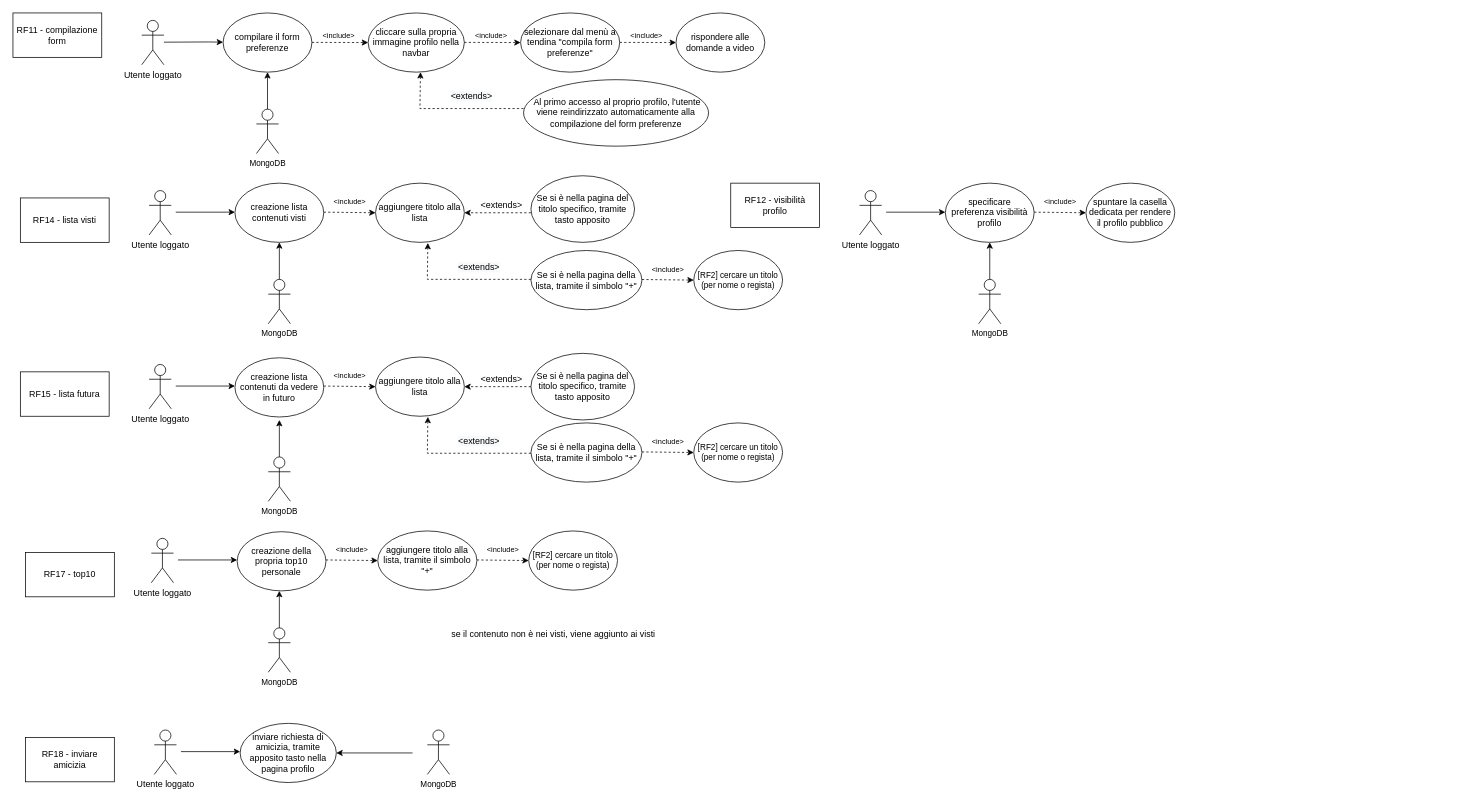
Organizzazione-IngSoftware/BancoLavoroD2 keeps this draw.io diagram as UserCaseA.drawio. Above is the earlier version. Source tidied: cells renumbered, new cells numbered last; positions are measured from the earlier drawing's top-left corner, leaving out a move shared by most shapes. Both pictures are drawn from the tidied source at 74%, with x=0, y=0 at pixel (13, 13).
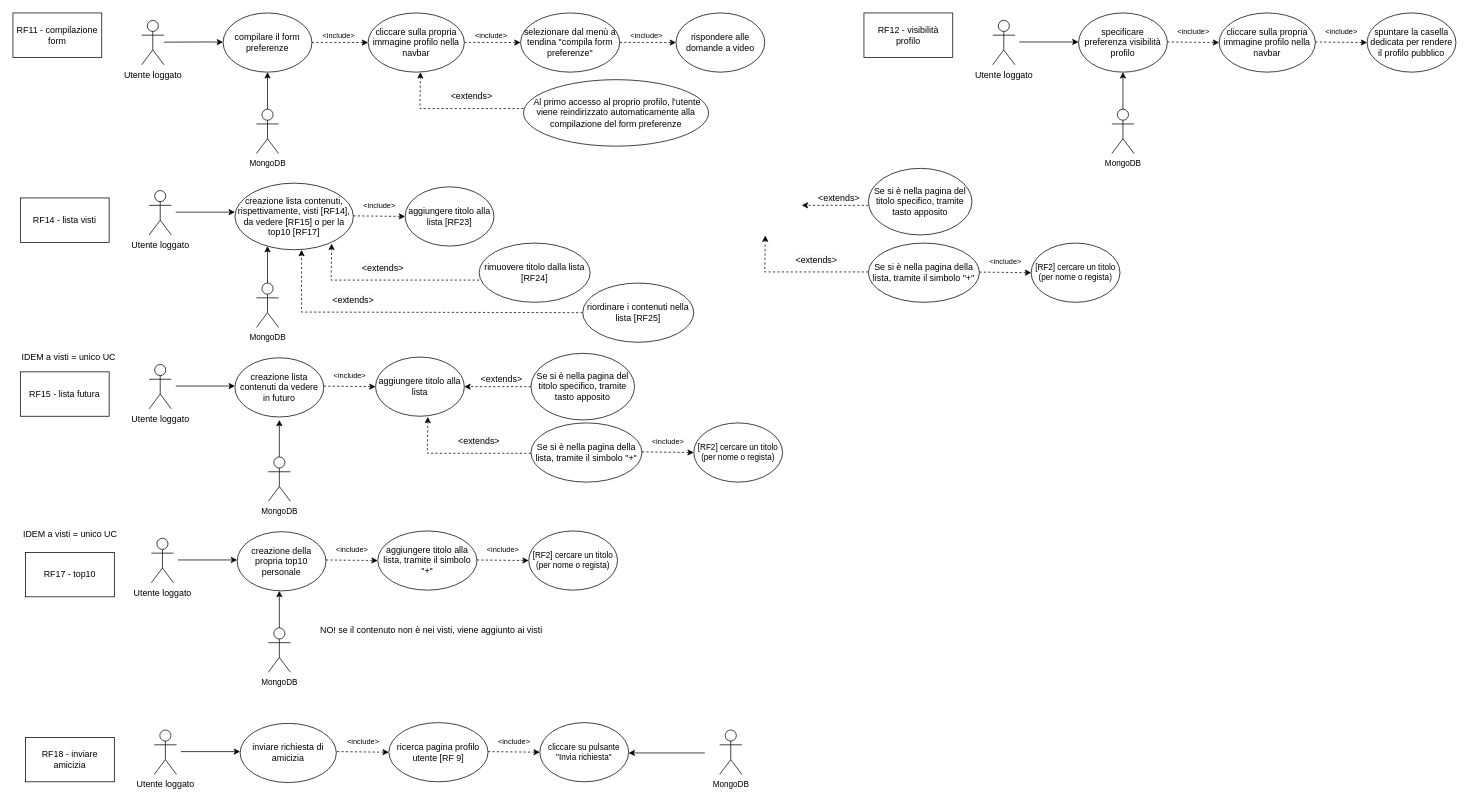
Above is the later version.

The edit, as a diff of the source:
```diff
@@
     <mxCell id="3" value="Utente loggato" style="shape=umlActor;verticalLabelPosition=bottom;verticalAlign=top;html=1;" parent="1" vertex="1">
-      <mxGeometry x="1144" y="240" width="30" height="60" as="geometry" />
+      <mxGeometry x="1324" y="10" width="30" height="60" as="geometry" />
     </mxCell>
@@
     <mxCell id="5" value="specificare preferenza visibilità profilo" style="ellipse;whiteSpace=wrap;html=1;" parent="1" vertex="1">
-      <mxGeometry x="1260" y="230" width="120" height="80" as="geometry" />
+      <mxGeometry x="1440" width="120" height="80" as="geometry" />
     </mxCell>
@@
     <mxCell id="7" value="RF12 - visibilità profilo" style="rounded=0;whiteSpace=wrap;html=1;" parent="1" vertex="1">
-      <mxGeometry x="970" y="230" width="120" height="60" as="geometry" />
+      <mxGeometry x="1150" width="120" height="60" as="geometry" />
     </mxCell>
     <mxCell id="8" style="endArrow=classic;html=1;rounded=0;" parent="1" edge="1">
       <mxGeometry relative="1" as="geometry">
-        <mxPoint x="1180" y="269.2" as="sourcePoint" />
-        <mxPoint x="1260" y="269.2" as="targetPoint" />
+        <mxPoint x="1360" y="39.2" as="sourcePoint" />
+        <mxPoint x="1440" y="39.2" as="targetPoint" />
       </mxGeometry>
     </mxCell>
@@
-    <mxCell id="12" value="&lt;font style=&quot;font-size: 12px;&quot;&gt;spuntare la casella dedicata per rendere il profilo pubblico&lt;/font&gt;" style="ellipse;whiteSpace=wrap;html=1;fontSize=10;" parent="1" vertex="1">
-      <mxGeometry x="1450" y="230" width="120" height="80" as="geometry" />
+    <mxCell id="12" value="&lt;span style=&quot;font-size: 12px;&quot;&gt;cliccare sulla propria immagine profilo nella navbar&lt;/span&gt;" style="ellipse;whiteSpace=wrap;html=1;fontSize=10;" parent="1" vertex="1">
+      <mxGeometry x="1630" width="130" height="80" as="geometry" />
     </mxCell>
     <mxCell id="13" value="&lt;font style=&quot;font-size: 10px;&quot;&gt;&amp;lt;include&amp;gt;&lt;/font&gt;" style="text;html=1;align=center;verticalAlign=middle;points=[];strokeColor=none;fillColor=none;" parent="1" vertex="1">
-      <mxGeometry x="1380" y="240" width="70" height="30" as="geometry" />
+      <mxGeometry x="1560" y="10" width="70" height="30" as="geometry" />
     </mxCell>
     <mxCell id="14" style="endArrow=classic;html=1;rounded=0;dashed=1;fontSize=10;entryX=1;entryY=1;entryDx=0;entryDy=0;entryPerimeter=0;" parent="1" edge="1" target="13">
       <mxGeometry relative="1" as="geometry">
-        <mxPoint x="1380" y="269.2" as="sourcePoint" />
+        <mxPoint x="1560" y="39.2" as="sourcePoint" />
       </mxGeometry>
     </mxCell>
@@
-    <mxCell id="18" value="creazione lista contenuti visti" style="ellipse;whiteSpace=wrap;html=1;" parent="1" vertex="1">
-      <mxGeometry x="300" y="230" width="120" height="80" as="geometry" />
+    <mxCell id="18" value="creazione lista contenuti, rispettivamente, visti [RF14], da vedere [RF15] o per la top10 [RF17]" style="ellipse;whiteSpace=wrap;html=1;" parent="1" vertex="1">
+      <mxGeometry x="300" y="230" width="160" height="90" as="geometry" />
     </mxCell>
@@
-    <mxCell id="20" value="&lt;span style=&quot;font-size: 12px;&quot;&gt;aggiungere titolo alla lista&lt;/span&gt;" style="ellipse;whiteSpace=wrap;html=1;fontSize=10;" parent="1" vertex="1">
-      <mxGeometry x="490" y="230" width="120" height="80" as="geometry" />
+    <mxCell id="20" value="&lt;span style=&quot;font-size: 12px;&quot;&gt;aggiungere titolo alla lista [RF23]&lt;/span&gt;" style="ellipse;whiteSpace=wrap;html=1;fontSize=10;" parent="1" vertex="1">
+      <mxGeometry x="530" y="235" width="120" height="80" as="geometry" />
     </mxCell>
     <mxCell id="21" value="&lt;font style=&quot;font-size: 10px;&quot;&gt;&amp;lt;include&amp;gt;&lt;/font&gt;" style="text;html=1;align=center;verticalAlign=middle;points=[];strokeColor=none;fillColor=none;" parent="1" vertex="1">
-      <mxGeometry x="420" y="240" width="70" height="30" as="geometry" />
+      <mxGeometry x="460" y="245" width="70" height="30" as="geometry" />
     </mxCell>
     <mxCell id="22" style="endArrow=classic;html=1;rounded=0;dashed=1;fontSize=10;entryX=1;entryY=1;entryDx=0;entryDy=0;entryPerimeter=0;" parent="1" edge="1" target="21">
       <mxGeometry relative="1" as="geometry">
-        <mxPoint x="420" y="269.2" as="sourcePoint" />
+        <mxPoint x="460" y="274.2" as="sourcePoint" />
       </mxGeometry>
     </mxCell>
     <mxCell id="23" style="endArrow=classic;html=1;rounded=0;dashed=1;fontSize=12;" parent="1" edge="1">
       <mxGeometry relative="1" as="geometry">
-        <mxPoint x="700" y="270" as="sourcePoint" />
-        <mxPoint x="610" y="270" as="targetPoint" />
+        <mxPoint x="1156" y="260" as="sourcePoint" />
+        <mxPoint x="1066" y="260" as="targetPoint" />
       </mxGeometry>
     </mxCell>
-    <mxCell id="24" style="endArrow=classic;html=1;rounded=0;dashed=1;fontSize=12;entryX=0.589;entryY=1.01;entryDx=0;entryDy=0;entryPerimeter=0;" parent="1" edge="1" target="20">
+    <mxCell id="24" style="endArrow=classic;html=1;rounded=0;dashed=1;fontSize=12;entryX=0.589;entryY=1.01;entryDx=0;entryDy=0;entryPerimeter=0;" parent="1" edge="1">
       <mxGeometry relative="1" as="geometry">
-        <mxPoint x="700" y="360" as="sourcePoint" />
+        <mxPoint x="1156" y="350" as="sourcePoint" />
+        <mxPoint x="1016.7" y="300.8" as="targetPoint" />
         <Array as="points">
-          <mxPoint x="560" y="360" />
+          <mxPoint x="1016" y="350" />
         </Array>
       </mxGeometry>
     </mxCell>
     <mxCell id="25" value="Se si è nella pagina del titolo specifico, tramite tasto apposito" style="ellipse;whiteSpace=wrap;html=1;fontSize=12;" parent="1" vertex="1">
-      <mxGeometry x="700" y="220" width="140" height="90" as="geometry" />
+      <mxGeometry x="1156" y="210" width="140" height="90" as="geometry" />
     </mxCell>
     <mxCell id="26" value="Se si è nella pagina della lista, tramite il simbolo &quot;+&quot;" style="ellipse;whiteSpace=wrap;html=1;fontSize=12;" parent="1" vertex="1">
-      <mxGeometry x="700" y="321" width="150" height="80" as="geometry" />
+      <mxGeometry x="1156" y="311" width="150" height="80" as="geometry" />
     </mxCell>
     <mxCell id="27" value="&amp;lt;extends&amp;gt;" style="text;html=1;align=center;verticalAlign=middle;strokeColor=none;fillColor=none;fontSize=12;" parent="1" vertex="1">
-      <mxGeometry x="620" y="245" width="80" height="30" as="geometry" />
+      <mxGeometry x="1076" y="235" width="80" height="30" as="geometry" />
     </mxCell>
     <mxCell id="28" value="&lt;span style=&quot;color: rgb(0, 0, 0); font-family: Helvetica; font-size: 12px; font-style: normal; font-variant-ligatures: normal; font-variant-caps: normal; font-weight: 400; letter-spacing: normal; orphans: 2; text-align: center; text-indent: 0px; text-transform: none; widows: 2; word-spacing: 0px; -webkit-text-stroke-width: 0px; background-color: rgb(248, 249, 250); text-decoration-thickness: initial; text-decoration-style: initial; text-decoration-color: initial; float: none; display: inline !important;&quot;&gt;&amp;lt;extends&amp;gt;&lt;/span&gt;" style="text;whiteSpace=wrap;html=1;fontSize=12;" parent="1" vertex="1">
-      <mxGeometry x="600" y="330" width="90" height="40" as="geometry" />
+      <mxGeometry x="1056" y="320" width="90" height="40" as="geometry" />
     </mxCell>
@@
-    <mxCell id="52" value="inviare richiesta di amicizia, tramite apposito tasto nella pagina profilo" style="ellipse;whiteSpace=wrap;html=1;" parent="1" vertex="1">
+    <mxCell id="52" value="inviare richiesta di amicizia" style="ellipse;whiteSpace=wrap;html=1;" parent="1" vertex="1">
       <mxGeometry x="307" y="960" width="130" height="80" as="geometry" />
     </mxCell>
@@
     <mxCell id="56" value="&lt;font style=&quot;font-size: 10px;&quot;&gt;&amp;lt;include&amp;gt;&lt;/font&gt;" style="text;html=1;align=center;verticalAlign=middle;points=[];strokeColor=none;fillColor=none;" parent="1" vertex="1">
-      <mxGeometry x="850" y="331" width="70" height="30" as="geometry" />
+      <mxGeometry x="1306" y="321" width="70" height="30" as="geometry" />
     </mxCell>
     <mxCell id="57" style="endArrow=classic;html=1;rounded=0;dashed=1;fontSize=10;entryX=1;entryY=1;entryDx=0;entryDy=0;entryPerimeter=0;" parent="1" edge="1" target="56">
       <mxGeometry relative="1" as="geometry">
-        <mxPoint x="850" y="360.2" as="sourcePoint" />
+        <mxPoint x="1306" y="350.2" as="sourcePoint" />
       </mxGeometry>
     </mxCell>
     <mxCell id="58" value="&lt;span style=&quot;font-size: 11px;&quot;&gt;[RF2] cercare un titolo (per nome o regista)&lt;/span&gt;" style="ellipse;whiteSpace=wrap;html=1;fontSize=10;" parent="1" vertex="1">
-      <mxGeometry x="920" y="321" width="120" height="80" as="geometry" />
+      <mxGeometry x="1376" y="311" width="120" height="80" as="geometry" />
     </mxCell>
@@
     <mxCell id="64" value="MongoDB" style="shape=umlActor;verticalLabelPosition=bottom;verticalAlign=top;html=1;outlineConnect=0;fontSize=11;" parent="1" vertex="1">
-      <mxGeometry x="1305" y="360" width="30" height="60" as="geometry" />
+      <mxGeometry x="1485" y="130" width="30" height="60" as="geometry" />
     </mxCell>
     <mxCell id="65" style="endArrow=classic;html=1;rounded=0;fontSize=11;entryX=0.5;entryY=1;entryDx=0;entryDy=0;exitX=0.5;exitY=0;exitDx=0;exitDy=0;exitPerimeter=0;" parent="1" edge="1" source="64">
       <mxGeometry relative="1" as="geometry">
-        <mxPoint x="1320" y="310" as="targetPoint" />
+        <mxPoint x="1500" y="80" as="targetPoint" />
       </mxGeometry>
     </mxCell>
     <mxCell id="66" value="MongoDB" style="shape=umlActor;verticalLabelPosition=bottom;verticalAlign=top;html=1;outlineConnect=0;fontSize=11;" parent="1" vertex="1">
-      <mxGeometry x="345" y="360" width="30" height="60" as="geometry" />
+      <mxGeometry x="329" y="365" width="30" height="60" as="geometry" />
     </mxCell>
     <mxCell id="67" style="endArrow=classic;html=1;rounded=0;fontSize=11;entryX=0.5;entryY=1;entryDx=0;entryDy=0;exitX=0.5;exitY=0;exitDx=0;exitDy=0;exitPerimeter=0;" parent="1" edge="1" source="66">
       <mxGeometry relative="1" as="geometry">
-        <mxPoint x="360" y="310" as="targetPoint" />
+        <mxPoint x="344" y="315" as="targetPoint" />
       </mxGeometry>
     </mxCell>
@@
     <mxCell id="72" value="MongoDB" style="shape=umlActor;verticalLabelPosition=bottom;verticalAlign=top;html=1;fontSize=11;" parent="1" vertex="1">
-      <mxGeometry x="560" y="969" width="30" height="60" as="geometry" />
+      <mxGeometry x="955" y="969" width="30" height="60" as="geometry" />
     </mxCell>
-    <mxCell id="73" style="endArrow=classic;html=1;rounded=0;entryX=1;entryY=0.5;entryDx=0;entryDy=0;" parent="1" edge="1" target="52">
+    <mxCell id="73" style="endArrow=classic;html=1;rounded=0;entryX=1;entryY=0.5;entryDx=0;entryDy=0;" parent="1" edge="1">
       <mxGeometry relative="1" as="geometry">
-        <mxPoint x="540" y="1000" as="sourcePoint" />
+        <mxPoint x="935" y="1000" as="sourcePoint" />
+        <mxPoint x="832" y="1000" as="targetPoint" />
       </mxGeometry>
     </mxCell>
-    <mxCell id="74" value="se il contenuto non è nei visti, viene aggiunto ai visti" style="text;html=1;align=center;verticalAlign=middle;strokeColor=none;fillColor=none;" parent="1" vertex="1">
-      <mxGeometry x="580" y="825" width="300" height="30" as="geometry" />
+    <mxCell id="74" value="NO! se il contenuto non è nei visti, viene aggiunto ai visti" style="text;html=1;align=center;verticalAlign=middle;strokeColor=none;fillColor=none;" parent="1" vertex="1">
+      <mxGeometry x="405" y="820" width="320" height="30" as="geometry" />
     </mxCell>
@@
+    <mxCell id="84" value="&lt;font style=&quot;font-size: 12px;&quot;&gt;spuntare la casella dedicata per rendere il profilo pubblico&lt;/font&gt;" style="ellipse;whiteSpace=wrap;html=1;fontSize=10;" parent="1" vertex="1">
+      <mxGeometry x="1830" width="120" height="80" as="geometry" />
+    </mxCell>
+    <mxCell id="85" value="&lt;font style=&quot;font-size: 10px;&quot;&gt;&amp;lt;include&amp;gt;&lt;/font&gt;" style="text;html=1;align=center;verticalAlign=middle;points=[];strokeColor=none;fillColor=none;" parent="1" vertex="1">
+      <mxGeometry x="1760" y="10" width="70" height="30" as="geometry" />
+    </mxCell>
+    <mxCell id="86" style="endArrow=classic;html=1;rounded=0;dashed=1;fontSize=10;entryX=1;entryY=1;entryDx=0;entryDy=0;entryPerimeter=0;" parent="1" edge="1" target="85">
+      <mxGeometry relative="1" as="geometry">
+        <mxPoint x="1760" y="39.2" as="sourcePoint" />
+      </mxGeometry>
+    </mxCell>
+    <mxCell id="87" style="endArrow=classic;html=1;rounded=0;dashed=1;fontSize=12;entryX=0.589;entryY=1.01;entryDx=0;entryDy=0;entryPerimeter=0;" parent="1" edge="1">
+      <mxGeometry relative="1" as="geometry">
+        <mxPoint x="630" y="361" as="sourcePoint" />
+        <mxPoint x="430.7" y="311.8" as="targetPoint" />
+        <Array as="points">
+          <mxPoint x="430" y="361" />
+        </Array>
+      </mxGeometry>
+    </mxCell>
+    <mxCell id="88" value="rimuovere titolo dalla lista [RF24]" style="ellipse;whiteSpace=wrap;html=1;fontSize=12;" parent="1" vertex="1">
+      <mxGeometry x="630" y="311" width="150" height="80" as="geometry" />
+    </mxCell>
+    <mxCell id="89" value="&lt;span style=&quot;color: rgb(0, 0, 0); font-family: Helvetica; font-size: 12px; font-style: normal; font-variant-ligatures: normal; font-variant-caps: normal; font-weight: 400; letter-spacing: normal; orphans: 2; text-align: center; text-indent: 0px; text-transform: none; widows: 2; word-spacing: 0px; -webkit-text-stroke-width: 0px; background-color: rgb(248, 249, 250); text-decoration-thickness: initial; text-decoration-style: initial; text-decoration-color: initial; float: none; display: inline !important;&quot;&gt;&amp;lt;extends&amp;gt;&lt;/span&gt;" style="text;whiteSpace=wrap;html=1;fontSize=12;" parent="1" vertex="1">
+      <mxGeometry x="470" y="331" width="90" height="40" as="geometry" />
+    </mxCell>
+    <mxCell id="90" style="endArrow=classic;html=1;rounded=0;dashed=1;fontSize=12;exitX=0;exitY=0.5;exitDx=0;exitDy=0;entryX=0.75;entryY=0.94;entryDx=0;entryDy=0;entryPerimeter=0;" parent="1" edge="1" source="91">
+      <mxGeometry relative="1" as="geometry">
+        <mxPoint x="390" y="320.2" as="targetPoint" />
+        <Array as="points">
+          <mxPoint x="390" y="404.2" />
+          <mxPoint x="390" y="355" />
+        </Array>
+      </mxGeometry>
+    </mxCell>
+    <mxCell id="91" value="riordinare i contenuti nella lista [RF25]" style="ellipse;whiteSpace=wrap;html=1;fontSize=12;" parent="1" vertex="1">
+      <mxGeometry x="770" y="365" width="150" height="80" as="geometry" />
+    </mxCell>
+    <mxCell id="92" value="&lt;span style=&quot;color: rgb(0, 0, 0); font-family: Helvetica; font-size: 12px; font-style: normal; font-variant-ligatures: normal; font-variant-caps: normal; font-weight: 400; letter-spacing: normal; orphans: 2; text-align: center; text-indent: 0px; text-transform: none; widows: 2; word-spacing: 0px; -webkit-text-stroke-width: 0px; background-color: rgb(248, 249, 250); text-decoration-thickness: initial; text-decoration-style: initial; text-decoration-color: initial; float: none; display: inline !important;&quot;&gt;&amp;lt;extends&amp;gt;&lt;/span&gt;" style="text;whiteSpace=wrap;html=1;fontSize=12;" parent="1" vertex="1">
+      <mxGeometry x="430" y="374.2" width="90" height="40" as="geometry" />
+    </mxCell>
+    <mxCell id="93" style="text;html=1;align=center;verticalAlign=middle;strokeColor=none;fillColor=none;" parent="1" vertex="1">
+      <mxGeometry x="90" y="445" width="20" height="30" as="geometry" />
+    </mxCell>
+    <mxCell id="94" value="IDEM a visti = unico UC" style="text;html=1;align=center;verticalAlign=middle;strokeColor=none;fillColor=none;" parent="1" vertex="1">
+      <mxGeometry x="2" y="690" width="150" height="30" as="geometry" />
+    </mxCell>
+    <mxCell id="95" value="IDEM a visti = unico UC" style="text;html=1;align=center;verticalAlign=middle;strokeColor=none;fillColor=none;" parent="1" vertex="1">
+      <mxGeometry y="450" width="150" height="30" as="geometry" />
+    </mxCell>
+    <mxCell id="96" value="&lt;font style=&quot;font-size: 10px;&quot;&gt;&amp;lt;include&amp;gt;&lt;/font&gt;" style="text;html=1;align=center;verticalAlign=middle;points=[];strokeColor=none;fillColor=none;" parent="1" vertex="1">
+      <mxGeometry x="438" y="969" width="70" height="30" as="geometry" />
+    </mxCell>
+    <mxCell id="97" style="endArrow=classic;html=1;rounded=0;dashed=1;fontSize=10;entryX=1;entryY=1;entryDx=0;entryDy=0;entryPerimeter=0;" parent="1" edge="1" target="96">
+      <mxGeometry relative="1" as="geometry">
+        <mxPoint x="438" y="998.2" as="sourcePoint" />
+      </mxGeometry>
+    </mxCell>
+    <mxCell id="98" value="&lt;span style=&quot;font-size: 12px;&quot;&gt;ricerca pagina profilo utente [RF 9]&lt;/span&gt;" style="ellipse;whiteSpace=wrap;html=1;fontSize=10;" parent="1" vertex="1">
+      <mxGeometry x="508" y="959" width="134" height="80" as="geometry" />
+    </mxCell>
+    <mxCell id="99" value="&lt;font style=&quot;font-size: 10px;&quot;&gt;&amp;lt;include&amp;gt;&lt;/font&gt;" style="text;html=1;align=center;verticalAlign=middle;points=[];strokeColor=none;fillColor=none;" parent="1" vertex="1">
+      <mxGeometry x="642" y="969" width="70" height="30" as="geometry" />
+    </mxCell>
+    <mxCell id="100" style="endArrow=classic;html=1;rounded=0;dashed=1;fontSize=10;entryX=1;entryY=1;entryDx=0;entryDy=0;entryPerimeter=0;" parent="1" edge="1" target="99">
+      <mxGeometry relative="1" as="geometry">
+        <mxPoint x="642" y="998.2" as="sourcePoint" />
+      </mxGeometry>
+    </mxCell>
+    <mxCell id="101" value="&lt;span style=&quot;font-size: 11px;&quot;&gt;cliccare su pulsante &quot;Invia richiesta&quot;&lt;/span&gt;" style="ellipse;whiteSpace=wrap;html=1;fontSize=10;" parent="1" vertex="1">
+      <mxGeometry x="712" y="959" width="120" height="80" as="geometry" />
+    </mxCell>
```
